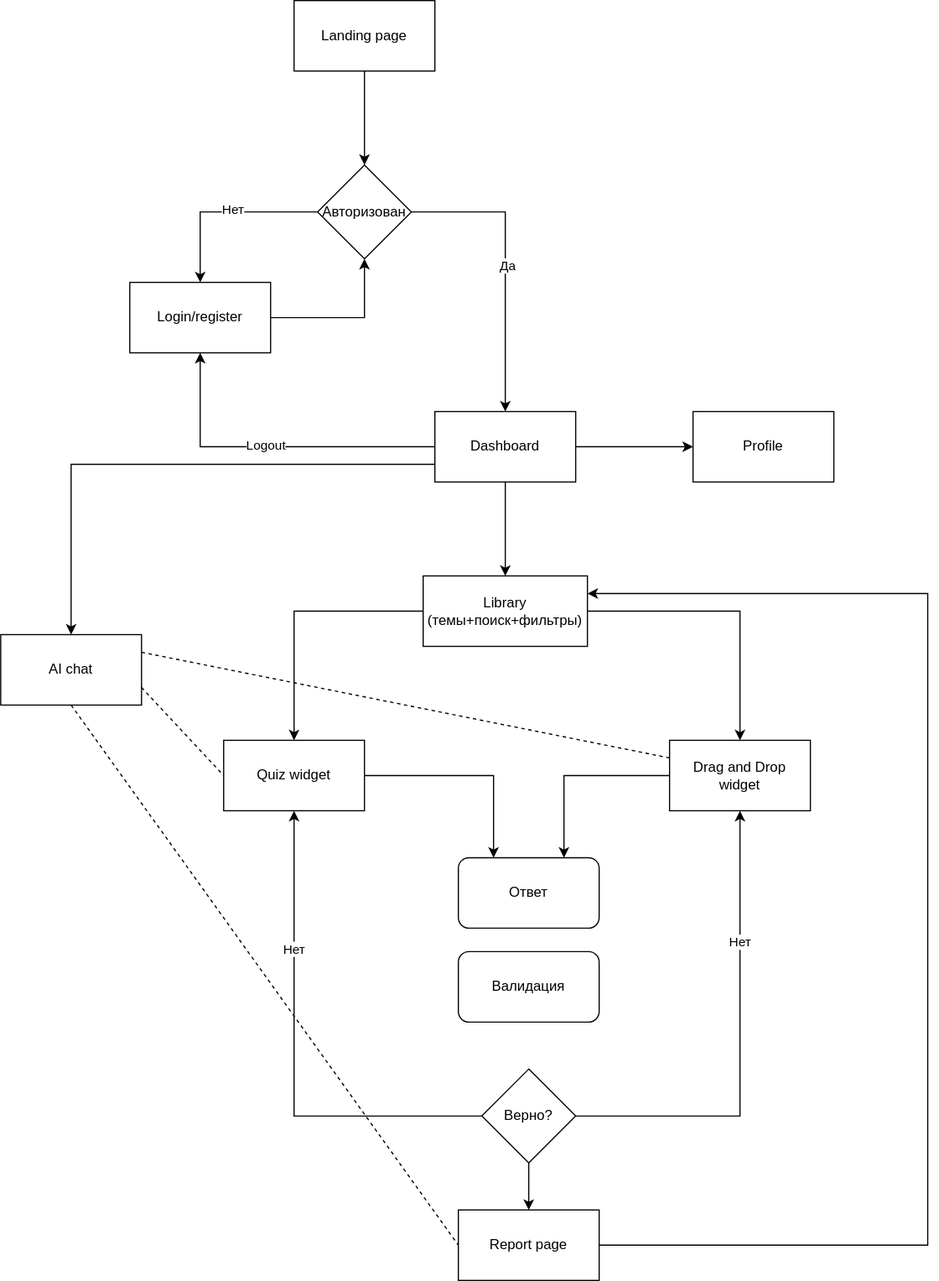
This is docs/user-flow/user-flow-diagram.svg from jsgods-rs-tandem/rs-tandem, a draw.io export, as it was before one commit. Source tidied: cells renumbered, new cells last; positions are measured from the earlier drawing's top-left corner, leaving out a move shared by most shapes.
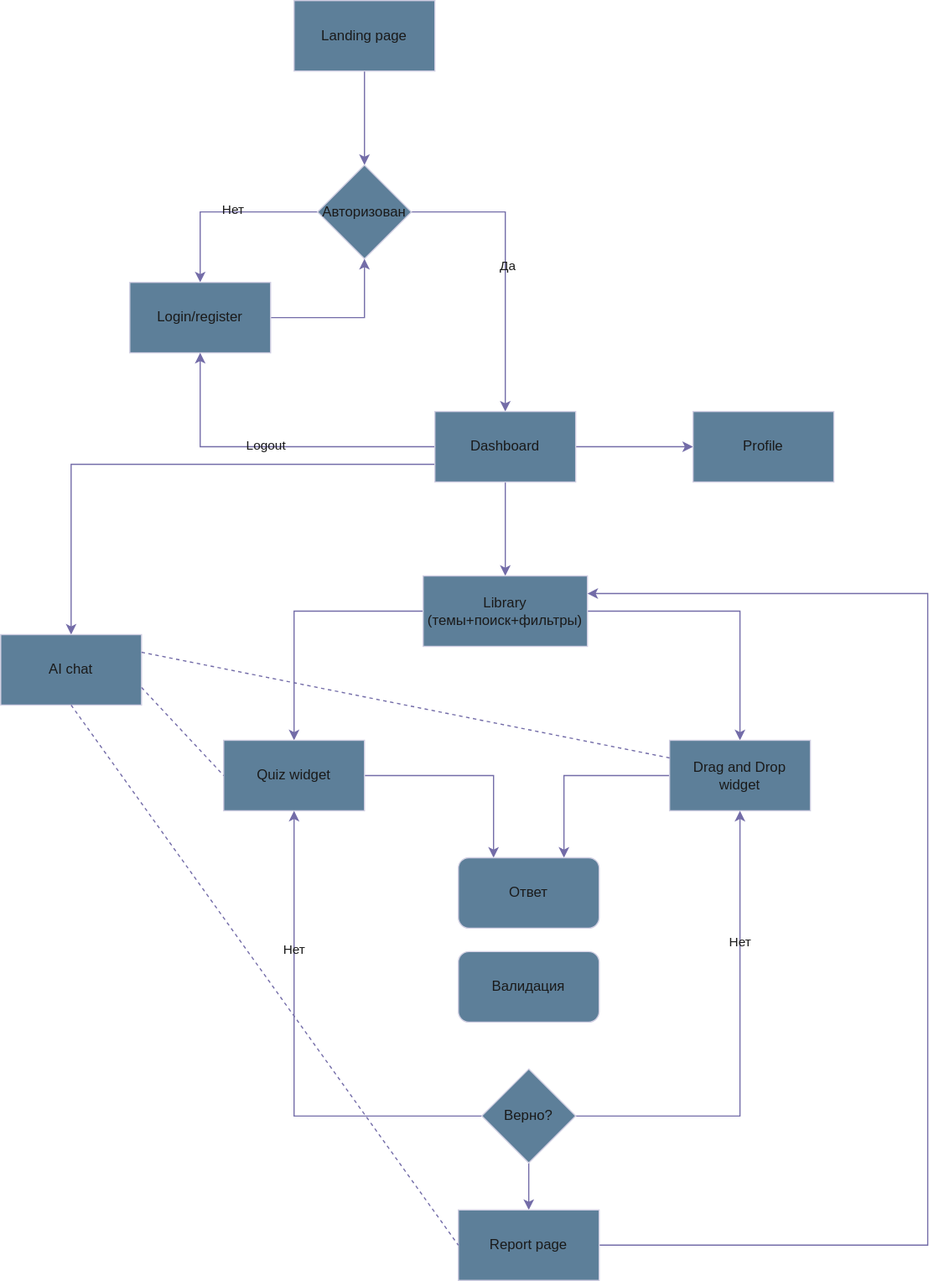
The same diagram one commit later.

Commit message:
feat: change color of diagram to improve visibility for different themes

Diff of the diagram source:
```diff
@@ -2,121 +2,121 @@
   <root>
     <mxCell id="0" />
     <mxCell id="1" parent="0" />
-    <mxCell id="2" style="edgeStyle=orthogonalEdgeStyle;rounded=0;jettySize=auto;html=1;entryX=0.5;entryY=0;entryDx=0;entryDy=0;" parent="1" edge="1" source="3" target="8">
+    <mxCell id="2" style="edgeStyle=orthogonalEdgeStyle;rounded=0;jettySize=auto;html=1;entryX=0.5;entryY=0;entryDx=0;entryDy=0;labelBackgroundColor=none;fontColor=default;strokeColor=#736CA8;" parent="1" edge="1" source="3" target="8">
       <mxGeometry relative="1" as="geometry" />
     </mxCell>
-    <mxCell id="3" value="Landing page" style="rounded=0;whiteSpace=wrap;html=1;" parent="1" vertex="1">
+    <mxCell id="3" value="Landing page" style="rounded=0;whiteSpace=wrap;html=1;labelBackgroundColor=none;fillColor=#5D7F99;strokeColor=#D0CEE2;fontColor=#1A1A1A;" parent="1" vertex="1">
       <mxGeometry x="250" width="120" height="60" as="geometry" />
     </mxCell>
-    <mxCell id="4" style="edgeStyle=orthogonalEdgeStyle;rounded=0;jettySize=auto;html=1;exitX=0;exitY=0.5;exitDx=0;exitDy=0;entryX=0.5;entryY=0;entryDx=0;entryDy=0;" parent="1" edge="1" source="8" target="10">
+    <mxCell id="4" style="edgeStyle=orthogonalEdgeStyle;rounded=0;jettySize=auto;html=1;exitX=0;exitY=0.5;exitDx=0;exitDy=0;entryX=0.5;entryY=0;entryDx=0;entryDy=0;labelBackgroundColor=none;fontColor=default;strokeColor=#736CA8;" parent="1" edge="1" source="8" target="10">
       <mxGeometry relative="1" as="geometry" />
     </mxCell>
-    <mxCell id="5" value="Нет" style="edgeLabel;html=1;align=center;verticalAlign=middle;" parent="4" vertex="1">
+    <mxCell id="5" value="Нет" style="edgeLabel;html=1;align=center;verticalAlign=middle;labelBackgroundColor=none;fontColor=#1A1A1A;" parent="4" vertex="1">
       <mxGeometry x="-0.09" y="-3" relative="1" as="geometry" />
     </mxCell>
-    <mxCell id="6" style="edgeStyle=orthogonalEdgeStyle;rounded=0;jettySize=auto;html=1;exitX=1;exitY=0.5;exitDx=0;exitDy=0;entryX=0.5;entryY=0;entryDx=0;entryDy=0;" parent="1" edge="1" source="8" target="16">
+    <mxCell id="6" style="edgeStyle=orthogonalEdgeStyle;rounded=0;jettySize=auto;html=1;exitX=1;exitY=0.5;exitDx=0;exitDy=0;entryX=0.5;entryY=0;entryDx=0;entryDy=0;labelBackgroundColor=none;fontColor=default;strokeColor=#736CA8;" parent="1" edge="1" source="8" target="16">
       <mxGeometry relative="1" as="geometry" />
     </mxCell>
-    <mxCell id="7" value="Да" style="edgeLabel;html=1;align=center;verticalAlign=middle;" parent="6" vertex="1">
+    <mxCell id="7" value="Да" style="edgeLabel;html=1;align=center;verticalAlign=middle;labelBackgroundColor=none;fontColor=#1A1A1A;" parent="6" vertex="1">
       <mxGeometry y="1" relative="1" as="geometry" />
     </mxCell>
-    <mxCell id="8" value="Авторизован" style="rhombus;whiteSpace=wrap;html=1;" parent="1" vertex="1">
+    <mxCell id="8" value="Авторизован" style="rhombus;whiteSpace=wrap;html=1;labelBackgroundColor=none;fillColor=#5D7F99;strokeColor=#D0CEE2;fontColor=#1A1A1A;" parent="1" vertex="1">
       <mxGeometry x="270" y="140" width="80" height="80" as="geometry" />
     </mxCell>
-    <mxCell id="9" style="edgeStyle=orthogonalEdgeStyle;rounded=0;jettySize=auto;html=1;entryX=0.5;entryY=1;entryDx=0;entryDy=0;" parent="1" edge="1" source="10" target="8">
+    <mxCell id="9" style="edgeStyle=orthogonalEdgeStyle;rounded=0;jettySize=auto;html=1;entryX=0.5;entryY=1;entryDx=0;entryDy=0;labelBackgroundColor=none;fontColor=default;strokeColor=#736CA8;" parent="1" edge="1" source="10" target="8">
       <mxGeometry relative="1" as="geometry" />
     </mxCell>
-    <mxCell id="10" value="Login/register" style="rounded=0;whiteSpace=wrap;html=1;" parent="1" vertex="1">
+    <mxCell id="10" value="Login/register" style="rounded=0;whiteSpace=wrap;html=1;labelBackgroundColor=none;fillColor=#5D7F99;strokeColor=#D0CEE2;fontColor=#1A1A1A;" parent="1" vertex="1">
       <mxGeometry x="110" y="240" width="120" height="60" as="geometry" />
     </mxCell>
-    <mxCell id="11" style="edgeStyle=orthogonalEdgeStyle;rounded=0;jettySize=auto;html=1;exitX=0;exitY=0.5;exitDx=0;exitDy=0;entryX=0.5;entryY=1;entryDx=0;entryDy=0;" parent="1" edge="1" source="16" target="10">
+    <mxCell id="11" style="edgeStyle=orthogonalEdgeStyle;rounded=0;jettySize=auto;html=1;exitX=0;exitY=0.5;exitDx=0;exitDy=0;entryX=0.5;entryY=1;entryDx=0;entryDy=0;labelBackgroundColor=none;fontColor=default;strokeColor=#736CA8;" parent="1" edge="1" source="16" target="10">
       <mxGeometry relative="1" as="geometry" />
     </mxCell>
-    <mxCell id="12" value="Logout" style="edgeLabel;html=1;align=center;verticalAlign=middle;" parent="11" vertex="1">
+    <mxCell id="12" value="Logout" style="edgeLabel;html=1;align=center;verticalAlign=middle;labelBackgroundColor=none;fontColor=#1A1A1A;" parent="11" vertex="1">
       <mxGeometry x="0.04" y="-2" relative="1" as="geometry" />
     </mxCell>
-    <mxCell id="13" style="edgeStyle=orthogonalEdgeStyle;rounded=0;jettySize=auto;html=1;exitX=1;exitY=0.5;exitDx=0;exitDy=0;" parent="1" edge="1" source="16">
+    <mxCell id="13" style="edgeStyle=orthogonalEdgeStyle;rounded=0;jettySize=auto;html=1;exitX=1;exitY=0.5;exitDx=0;exitDy=0;labelBackgroundColor=none;fontColor=default;strokeColor=#736CA8;" parent="1" edge="1" source="16">
       <mxGeometry relative="1" as="geometry">
         <mxPoint x="590" y="380" as="targetPoint" />
       </mxGeometry>
     </mxCell>
-    <mxCell id="14" style="edgeStyle=orthogonalEdgeStyle;rounded=0;jettySize=auto;html=1;entryX=0.5;entryY=0;entryDx=0;entryDy=0;" parent="1" edge="1" source="16" target="20">
+    <mxCell id="14" style="edgeStyle=orthogonalEdgeStyle;rounded=0;jettySize=auto;html=1;entryX=0.5;entryY=0;entryDx=0;entryDy=0;labelBackgroundColor=none;fontColor=default;strokeColor=#736CA8;" parent="1" edge="1" source="16" target="20">
       <mxGeometry relative="1" as="geometry" />
     </mxCell>
-    <mxCell id="15" style="edgeStyle=orthogonalEdgeStyle;rounded=0;jettySize=auto;html=1;exitX=0;exitY=0.75;exitDx=0;exitDy=0;" parent="1" edge="1" source="16">
+    <mxCell id="15" style="edgeStyle=orthogonalEdgeStyle;rounded=0;jettySize=auto;html=1;exitX=0;exitY=0.75;exitDx=0;exitDy=0;labelBackgroundColor=none;fontColor=default;strokeColor=#736CA8;" parent="1" edge="1" source="16">
       <mxGeometry relative="1" as="geometry">
         <mxPoint x="60" y="540" as="targetPoint" />
       </mxGeometry>
     </mxCell>
-    <mxCell id="16" value="Dashboard" style="rounded=0;whiteSpace=wrap;html=1;" parent="1" vertex="1">
+    <mxCell id="16" value="Dashboard" style="rounded=0;whiteSpace=wrap;html=1;labelBackgroundColor=none;fillColor=#5D7F99;strokeColor=#D0CEE2;fontColor=#1A1A1A;" parent="1" vertex="1">
       <mxGeometry x="370" y="350" width="120" height="60" as="geometry" />
     </mxCell>
-    <mxCell id="17" value="Profile" style="rounded=0;whiteSpace=wrap;html=1;" parent="1" vertex="1">
+    <mxCell id="17" value="Profile" style="rounded=0;whiteSpace=wrap;html=1;labelBackgroundColor=none;fillColor=#5D7F99;strokeColor=#D0CEE2;fontColor=#1A1A1A;" parent="1" vertex="1">
       <mxGeometry x="590" y="350" width="120" height="60" as="geometry" />
     </mxCell>
-    <mxCell id="18" style="edgeStyle=orthogonalEdgeStyle;rounded=0;jettySize=auto;html=1;" parent="1" edge="1" source="20">
+    <mxCell id="18" style="edgeStyle=orthogonalEdgeStyle;rounded=0;jettySize=auto;html=1;labelBackgroundColor=none;fontColor=default;strokeColor=#736CA8;" parent="1" edge="1" source="20">
       <mxGeometry relative="1" as="geometry">
         <mxPoint x="250" y="630" as="targetPoint" />
       </mxGeometry>
     </mxCell>
-    <mxCell id="19" style="edgeStyle=orthogonalEdgeStyle;rounded=0;jettySize=auto;html=1;" parent="1" edge="1" source="20">
+    <mxCell id="19" style="edgeStyle=orthogonalEdgeStyle;rounded=0;jettySize=auto;html=1;labelBackgroundColor=none;fontColor=default;strokeColor=#736CA8;" parent="1" edge="1" source="20">
       <mxGeometry relative="1" as="geometry">
         <mxPoint x="630" y="630" as="targetPoint" />
       </mxGeometry>
     </mxCell>
-    <mxCell id="20" value="Library&lt;div&gt;(темы+поиск+фильтры)&lt;/div&gt;" style="rounded=0;whiteSpace=wrap;html=1;" parent="1" vertex="1">
+    <mxCell id="20" value="Library&lt;div&gt;(темы+поиск+фильтры)&lt;/div&gt;" style="rounded=0;whiteSpace=wrap;html=1;labelBackgroundColor=none;fillColor=#5D7F99;strokeColor=#D0CEE2;fontColor=#1A1A1A;" parent="1" vertex="1">
       <mxGeometry x="360" y="490" width="140" height="60" as="geometry" />
     </mxCell>
-    <mxCell id="21" value="AI chat" style="rounded=0;whiteSpace=wrap;html=1;" parent="1" vertex="1">
+    <mxCell id="21" value="AI chat" style="rounded=0;whiteSpace=wrap;html=1;labelBackgroundColor=none;fillColor=#5D7F99;strokeColor=#D0CEE2;fontColor=#1A1A1A;" parent="1" vertex="1">
       <mxGeometry y="540" width="120" height="60" as="geometry" />
     </mxCell>
-    <mxCell id="22" style="edgeStyle=orthogonalEdgeStyle;rounded=0;jettySize=auto;html=1;exitX=1;exitY=0.5;exitDx=0;exitDy=0;entryX=0.25;entryY=0;entryDx=0;entryDy=0;" parent="1" edge="1" source="23" target="28">
+    <mxCell id="22" style="edgeStyle=orthogonalEdgeStyle;rounded=0;jettySize=auto;html=1;exitX=1;exitY=0.5;exitDx=0;exitDy=0;entryX=0.25;entryY=0;entryDx=0;entryDy=0;labelBackgroundColor=none;fontColor=default;strokeColor=#736CA8;" parent="1" edge="1" source="23" target="28">
       <mxGeometry relative="1" as="geometry" />
     </mxCell>
-    <mxCell id="23" value="Quiz widget" style="rounded=0;whiteSpace=wrap;html=1;" parent="1" vertex="1">
+    <mxCell id="23" value="Quiz widget" style="rounded=0;whiteSpace=wrap;html=1;labelBackgroundColor=none;fillColor=#5D7F99;strokeColor=#D0CEE2;fontColor=#1A1A1A;" parent="1" vertex="1">
       <mxGeometry x="190" y="630" width="120" height="60" as="geometry" />
     </mxCell>
-    <mxCell id="24" style="edgeStyle=orthogonalEdgeStyle;rounded=0;jettySize=auto;html=1;exitX=0;exitY=0.5;exitDx=0;exitDy=0;entryX=0.75;entryY=0;entryDx=0;entryDy=0;" parent="1" edge="1" source="25" target="28">
+    <mxCell id="24" style="edgeStyle=orthogonalEdgeStyle;rounded=0;jettySize=auto;html=1;exitX=0;exitY=0.5;exitDx=0;exitDy=0;entryX=0.75;entryY=0;entryDx=0;entryDy=0;labelBackgroundColor=none;fontColor=default;strokeColor=#736CA8;" parent="1" edge="1" source="25" target="28">
       <mxGeometry relative="1" as="geometry" />
     </mxCell>
-    <mxCell id="25" value="Drag and Drop&lt;div&gt;widget&lt;/div&gt;" style="rounded=0;whiteSpace=wrap;html=1;" parent="1" vertex="1">
+    <mxCell id="25" value="Drag and Drop&lt;div&gt;widget&lt;/div&gt;" style="rounded=0;whiteSpace=wrap;html=1;labelBackgroundColor=none;fillColor=#5D7F99;strokeColor=#D0CEE2;fontColor=#1A1A1A;" parent="1" vertex="1">
       <mxGeometry x="570" y="630" width="120" height="60" as="geometry" />
     </mxCell>
-    <mxCell id="26" style="endArrow=none;dashed=1;html=1;rounded=0;exitX=1;exitY=0.25;exitDx=0;exitDy=0;entryX=0;entryY=0.25;entryDx=0;entryDy=0;" parent="1" edge="1" source="21" target="25">
+    <mxCell id="26" style="endArrow=none;dashed=1;html=1;rounded=0;exitX=1;exitY=0.25;exitDx=0;exitDy=0;entryX=0;entryY=0.25;entryDx=0;entryDy=0;labelBackgroundColor=none;fontColor=default;strokeColor=#736CA8;" parent="1" edge="1" source="21" target="25">
       <mxGeometry relative="1" as="geometry" />
     </mxCell>
-    <mxCell id="27" style="endArrow=none;dashed=1;html=1;rounded=0;exitX=1;exitY=0.75;exitDx=0;exitDy=0;entryX=0;entryY=0.5;entryDx=0;entryDy=0;" parent="1" edge="1" source="21" target="23">
+    <mxCell id="27" style="endArrow=none;dashed=1;html=1;rounded=0;exitX=1;exitY=0.75;exitDx=0;exitDy=0;entryX=0;entryY=0.5;entryDx=0;entryDy=0;labelBackgroundColor=none;fontColor=default;strokeColor=#736CA8;" parent="1" edge="1" source="21" target="23">
       <mxGeometry relative="1" as="geometry" />
     </mxCell>
-    <mxCell id="28" value="Ответ" style="rounded=1;whiteSpace=wrap;html=1;" parent="1" vertex="1">
+    <mxCell id="28" value="Ответ" style="rounded=1;whiteSpace=wrap;html=1;labelBackgroundColor=none;fillColor=#5D7F99;strokeColor=#D0CEE2;fontColor=#1A1A1A;" parent="1" vertex="1">
       <mxGeometry x="390" y="730" width="120" height="60" as="geometry" />
     </mxCell>
-    <mxCell id="29" value="Валидация" style="rounded=1;whiteSpace=wrap;html=1;" parent="1" vertex="1">
+    <mxCell id="29" value="Валидация" style="rounded=1;whiteSpace=wrap;html=1;labelBackgroundColor=none;fillColor=#5D7F99;strokeColor=#D0CEE2;fontColor=#1A1A1A;" parent="1" vertex="1">
       <mxGeometry x="390" y="810" width="120" height="60" as="geometry" />
     </mxCell>
-    <mxCell id="30" style="edgeStyle=orthogonalEdgeStyle;rounded=0;jettySize=auto;html=1;exitX=0;exitY=0.5;exitDx=0;exitDy=0;entryX=0.5;entryY=1;entryDx=0;entryDy=0;" parent="1" edge="1" source="35" target="23">
+    <mxCell id="30" style="edgeStyle=orthogonalEdgeStyle;rounded=0;jettySize=auto;html=1;exitX=0;exitY=0.5;exitDx=0;exitDy=0;entryX=0.5;entryY=1;entryDx=0;entryDy=0;labelBackgroundColor=none;fontColor=default;strokeColor=#736CA8;" parent="1" edge="1" source="35" target="23">
       <mxGeometry relative="1" as="geometry" />
     </mxCell>
-    <mxCell id="31" value="Нет" style="edgeLabel;html=1;align=center;verticalAlign=middle;" parent="30" vertex="1">
+    <mxCell id="31" value="Нет" style="edgeLabel;html=1;align=center;verticalAlign=middle;labelBackgroundColor=none;fontColor=#1A1A1A;" parent="30" vertex="1">
       <mxGeometry x="0.45" y="1" relative="1" as="geometry">
         <mxPoint y="1" as="offset" />
       </mxGeometry>
     </mxCell>
-    <mxCell id="32" style="edgeStyle=orthogonalEdgeStyle;rounded=0;jettySize=auto;html=1;exitX=1;exitY=0.5;exitDx=0;exitDy=0;entryX=0.5;entryY=1;entryDx=0;entryDy=0;" parent="1" edge="1" source="35" target="25">
+    <mxCell id="32" style="edgeStyle=orthogonalEdgeStyle;rounded=0;jettySize=auto;html=1;exitX=1;exitY=0.5;exitDx=0;exitDy=0;entryX=0.5;entryY=1;entryDx=0;entryDy=0;labelBackgroundColor=none;fontColor=default;strokeColor=#736CA8;" parent="1" edge="1" source="35" target="25">
       <mxGeometry relative="1" as="geometry" />
     </mxCell>
-    <mxCell id="33" value="Нет" style="edgeLabel;html=1;align=center;verticalAlign=middle;" parent="32" vertex="1">
+    <mxCell id="33" value="Нет" style="edgeLabel;html=1;align=center;verticalAlign=middle;labelBackgroundColor=none;fontColor=#1A1A1A;" parent="32" vertex="1">
       <mxGeometry x="0.45" y="1" relative="1" as="geometry">
         <mxPoint y="1" as="offset" />
       </mxGeometry>
     </mxCell>
-    <mxCell id="34" style="edgeStyle=orthogonalEdgeStyle;rounded=0;jettySize=auto;html=1;exitX=0.5;exitY=1;exitDx=0;exitDy=0;entryX=0.5;entryY=0;entryDx=0;entryDy=0;" parent="1" edge="1" source="35" target="37">
+    <mxCell id="34" style="edgeStyle=orthogonalEdgeStyle;rounded=0;jettySize=auto;html=1;exitX=0.5;exitY=1;exitDx=0;exitDy=0;entryX=0.5;entryY=0;entryDx=0;entryDy=0;labelBackgroundColor=none;fontColor=default;strokeColor=#736CA8;" parent="1" edge="1" source="35" target="37">
       <mxGeometry relative="1" as="geometry" />
     </mxCell>
-    <mxCell id="35" value="Верно?" style="rhombus;whiteSpace=wrap;html=1;" parent="1" vertex="1">
+    <mxCell id="35" value="Верно?" style="rhombus;whiteSpace=wrap;html=1;labelBackgroundColor=none;fillColor=#5D7F99;strokeColor=#D0CEE2;fontColor=#1A1A1A;" parent="1" vertex="1">
       <mxGeometry x="410" y="910" width="80" height="80" as="geometry" />
     </mxCell>
-    <mxCell id="36" style="edgeStyle=orthogonalEdgeStyle;rounded=0;jettySize=auto;html=1;exitX=1;exitY=0.5;exitDx=0;exitDy=0;entryX=1;entryY=0.25;entryDx=0;entryDy=0;" parent="1" edge="1" source="37" target="20">
+    <mxCell id="36" style="edgeStyle=orthogonalEdgeStyle;rounded=0;jettySize=auto;html=1;exitX=1;exitY=0.5;exitDx=0;exitDy=0;entryX=1;entryY=0.25;entryDx=0;entryDy=0;labelBackgroundColor=none;fontColor=default;strokeColor=#736CA8;" parent="1" edge="1" source="37" target="20">
       <mxGeometry relative="1" as="geometry">
         <Array as="points">
           <mxPoint x="790" y="1060" />
@@ -124,10 +124,10 @@
         </Array>
       </mxGeometry>
     </mxCell>
-    <mxCell id="37" value="Report page" style="rounded=0;whiteSpace=wrap;html=1;" parent="1" vertex="1">
+    <mxCell id="37" value="Report page" style="rounded=0;whiteSpace=wrap;html=1;labelBackgroundColor=none;fillColor=#5D7F99;strokeColor=#D0CEE2;fontColor=#1A1A1A;" parent="1" vertex="1">
       <mxGeometry x="390" y="1030" width="120" height="60" as="geometry" />
     </mxCell>
-    <mxCell id="38" style="endArrow=none;dashed=1;html=1;rounded=0;exitX=0.5;exitY=1;exitDx=0;exitDy=0;entryX=0;entryY=0.5;entryDx=0;entryDy=0;" parent="1" edge="1" source="21" target="37">
+    <mxCell id="38" style="endArrow=none;dashed=1;html=1;rounded=0;exitX=0.5;exitY=1;exitDx=0;exitDy=0;entryX=0;entryY=0.5;entryDx=0;entryDy=0;labelBackgroundColor=none;fontColor=default;strokeColor=#736CA8;" parent="1" edge="1" source="21" target="37">
       <mxGeometry relative="1" as="geometry" />
     </mxCell>
   </root>
```
